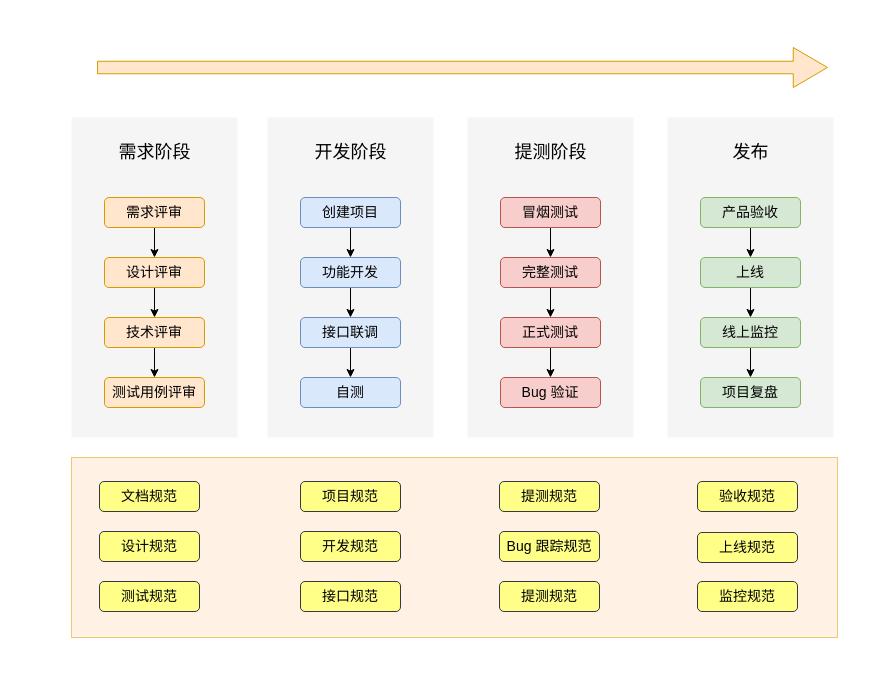
Earlier version of the draw.io diagram Untitled Diagram.drawio (leer0911/draw.io). Source tidied: cells renumbered, new cells numbered last; positions are measured from the earlier drawing's top-left corner, leaving out a move shared by most shapes. Both pictures are drawn from the tidied source at 100%, with x=0, y=0 at pixel (71, 47).
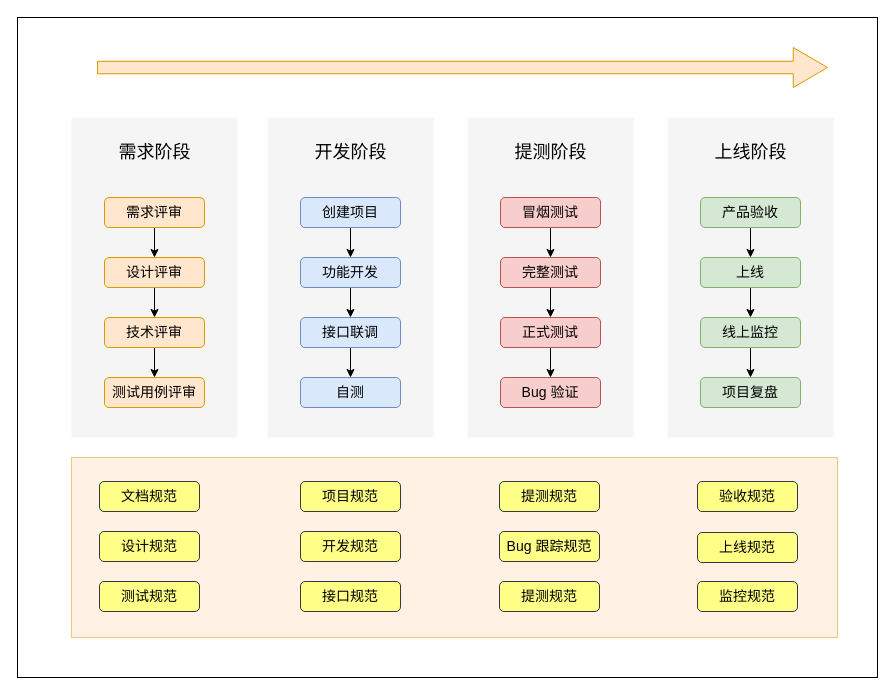
The same page after the edit.

Change to the diagram source:
```diff
@@
+    <mxCell id="52" style="rounded=0;whiteSpace=wrap;html=1;fontFamily=Helvetica;fontSize=18;" parent="1" vertex="1">
+      <mxGeometry x="-54" y="-30" width="860" height="660" as="geometry" />
+    </mxCell>
@@
-    <mxCell id="45" value="发布" style="text;html=1;align=center;verticalAlign=middle;strokeColor=none;fillColor=none;fontSize=18;fontFamily=Helvetica;fontColor=default;" parent="1" vertex="1">
-      <mxGeometry x="654" y="90" width="50" height="30" as="geometry" />
+    <mxCell id="45" value="上线阶段" style="text;html=1;align=center;verticalAlign=middle;strokeColor=none;fillColor=none;fontSize=18;fontFamily=Helvetica;fontColor=default;" parent="1" vertex="1">
+      <mxGeometry x="634" y="90" width="90" height="30" as="geometry" />
     </mxCell>
```
